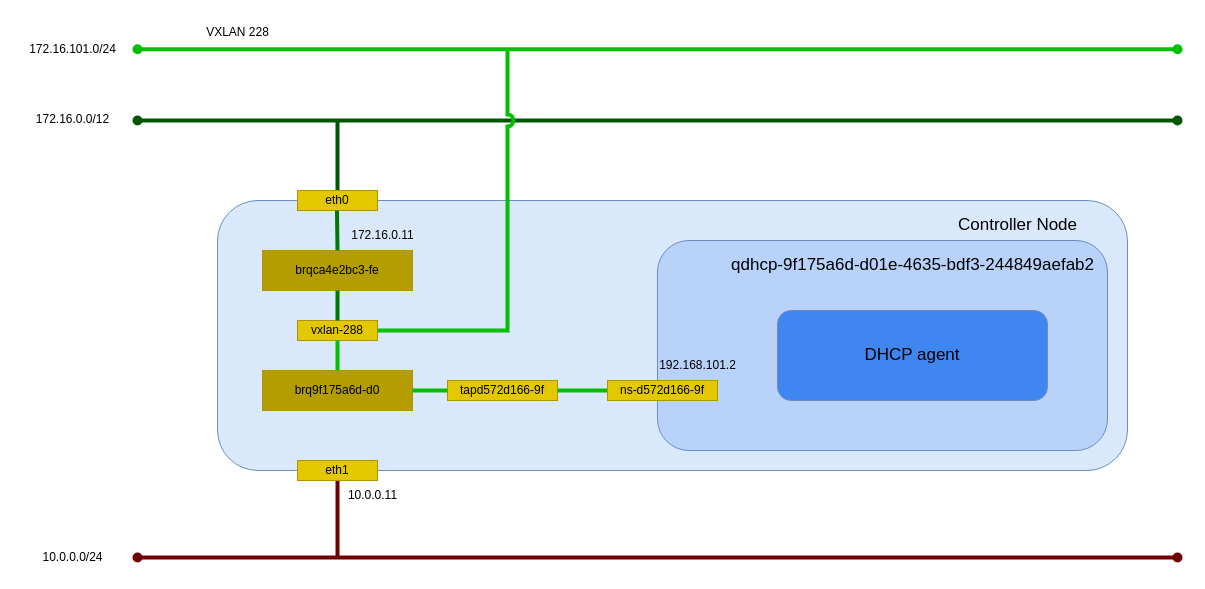
Earlier version of the draw.io diagram _static/image/network_vxlan_dhcpagent_linuxbridge.drawio (9506hqwy/openstack_study_notes). Source tidied: cells renumbered, new cells numbered last; positions are measured from the earlier drawing's top-left corner, leaving out a move shared by most shapes. Both pictures are drawn from the tidied source at 100%, with x=0, y=0 at pixel (17, 17).
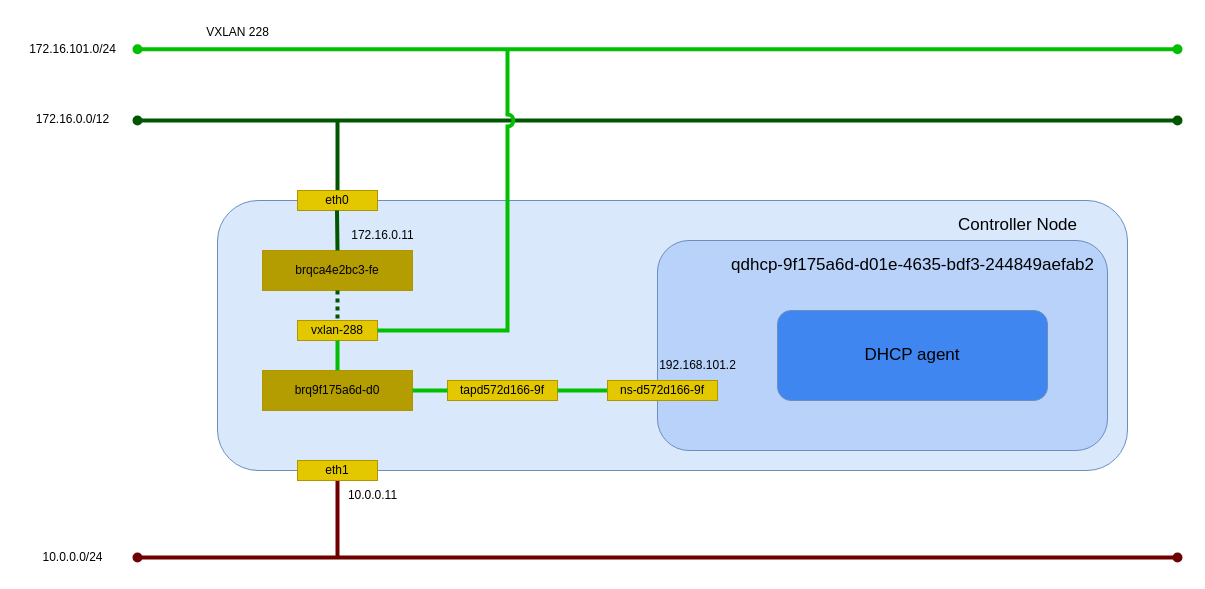
After the change.

The change refers to these unchanged cells:
```xml
<mxCell id="14" value="vxlan-288" style="rounded=0;whiteSpace=wrap;html=1;fillColor=#e3c800;fontColor=#000000;strokeColor=#B09500;" parent="11" vertex="1">
  <mxGeometry x="280" y="303" width="80" height="20" as="geometry" />
</mxCell>
<mxCell id="23" value="brqca4e2bc3-fe" style="rounded=0;whiteSpace=wrap;html=1;fillColor=#B39D00;fontColor=#000000;strokeColor=#B09500;" parent="11" vertex="1">
  <mxGeometry x="245" y="233" width="150" height="40" as="geometry" />
</mxCell>
```

Diff of the diagram source:
```diff
@@
-    <mxCell id="24" style="endArrow=none;html=1;rounded=0;startArrow=none;startFill=0;endFill=0;strokeWidth=4;fillColor=#008a00;strokeColor=#017801;" parent="11" edge="1">
+    <mxCell id="24" style="endArrow=none;html=1;rounded=0;startArrow=none;startFill=0;endFill=0;strokeWidth=4;fillColor=#008a00;strokeColor=#005700;" parent="11" edge="1">
       <mxGeometry relative="1" as="geometry">
         <mxPoint x="319.5" y="193" as="sourcePoint" />
         <mxPoint x="320" y="233" as="targetPoint" />
       </mxGeometry>
     </mxCell>
-    <mxCell id="25" style="endArrow=none;html=1;rounded=0;startArrow=none;startFill=0;endFill=0;strokeWidth=4;fillColor=#008a00;strokeColor=#017801;entryX=0.5;entryY=0;entryDx=0;entryDy=0;exitX=0.5;exitY=1;exitDx=0;exitDy=0;" parent="11" edge="1" source="23" target="14">
+    <mxCell id="25" style="endArrow=none;html=1;rounded=0;startArrow=none;startFill=0;endFill=0;strokeWidth=4;fillColor=#008a00;strokeColor=#005700;entryX=0.5;entryY=0;entryDx=0;entryDy=0;exitX=0.5;exitY=1;exitDx=0;exitDy=0;dashed=1;dashPattern=1 1;" parent="11" edge="1" source="23" target="14">
       <mxGeometry relative="1" as="geometry" />
     </mxCell>
```
